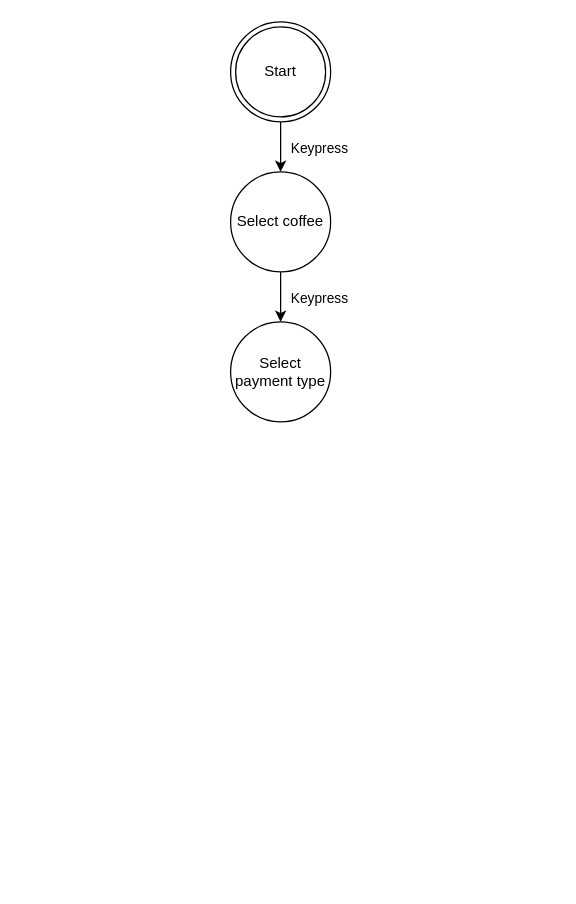
Earlier version of the draw.io diagram page "Payment FSM" (2 of 3) of taskdiagram.drawio (Megalegomand/RB4-EMP-Final-Assigment). Source tidied: cells renumbered, new cells numbered last; positions are measured from the earlier drawing's top-left corner, leaving out a move shared by most shapes. Both pictures are drawn from the tidied source at 125%, with x=0, y=0 at pixel (230, 21).
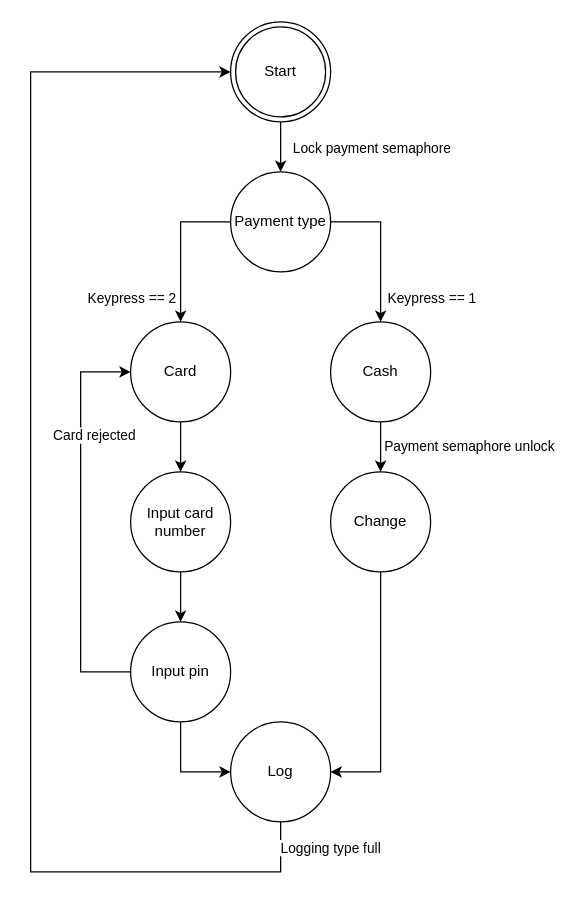
The same diagram, later.

Unchanged cells that the change refers to:
```xml
<mxCell id="4" value="Start" style="ellipse;shape=doubleEllipse;whiteSpace=wrap;html=1;align=center;" parent="1" vertex="1">
  <mxGeometry width="80" height="80" as="geometry" />
</mxCell>
```

Change to the diagram source:
```diff
@@
-    <mxCell id="2" style="edgeStyle=orthogonalEdgeStyle;rounded=0;jettySize=auto;html=1;entryX=0.5;entryY=0;entryDx=0;entryDy=0;startArrow=none;startFill=0;" parent="1" edge="1" source="4" target="7">
-      <mxGeometry relative="1" as="geometry" />
-    </mxCell>
-    <mxCell id="3" value="Keypress" style="edgeLabel;html=1;align=center;verticalAlign=middle;" parent="2" vertex="1">
-      <mxGeometry x="-0.75" relative="1" as="geometry">
-        <mxPoint x="30" y="15" as="offset" />
-      </mxGeometry>
-    </mxCell>
+    <mxCell id="9" style="edgeStyle=orthogonalEdgeStyle;rounded=0;jettySize=auto;html=1;startArrow=none;startFill=0;entryX=0.5;entryY=0;entryDx=0;entryDy=0;" parent="1" edge="1" source="4" target="13">
+      <mxGeometry relative="1" as="geometry" />
+    </mxCell>
@@
-    <mxCell id="5" style="edgeStyle=orthogonalEdgeStyle;rounded=0;jettySize=auto;html=1;startArrow=none;startFill=0;" parent="1" edge="1" source="7" target="8">
-      <mxGeometry relative="1" as="geometry" />
-    </mxCell>
-    <mxCell id="6" value="Keypress" style="edgeLabel;html=1;align=center;verticalAlign=middle;" parent="5" vertex="1">
-      <mxGeometry x="-0.75" y="-1" relative="1" as="geometry">
-        <mxPoint x="31" y="15" as="offset" />
-      </mxGeometry>
-    </mxCell>
-    <mxCell id="7" value="Select coffee" style="ellipse;whiteSpace=wrap;html=1;align=center;" parent="1" vertex="1">
-      <mxGeometry y="120" width="80" height="80" as="geometry" />
-    </mxCell>
-    <mxCell id="8" value="Select payment type" style="ellipse;whiteSpace=wrap;html=1;align=center;" parent="1" vertex="1">
-      <mxGeometry y="240" width="80" height="80" as="geometry" />
-    </mxCell>
+    <mxCell id="10" style="edgeStyle=orthogonalEdgeStyle;rounded=0;jettySize=auto;html=1;startArrow=none;startFill=0;" parent="1" edge="1" source="13" target="16">
+      <mxGeometry relative="1" as="geometry">
+        <Array as="points">
+          <mxPoint x="120" y="160" />
+        </Array>
+      </mxGeometry>
+    </mxCell>
+    <mxCell id="11" value="Keypress == 1" style="edgeLabel;html=1;align=center;verticalAlign=middle;" parent="10" vertex="1">
+      <mxGeometry x="0.57" y="1" relative="1" as="geometry">
+        <mxPoint x="39" y="6" as="offset" />
+      </mxGeometry>
+    </mxCell>
+    <mxCell id="12" style="edgeStyle=orthogonalEdgeStyle;rounded=0;jettySize=auto;html=1;entryX=0.5;entryY=0;entryDx=0;entryDy=0;startArrow=none;startFill=0;" parent="1" edge="1" source="13" target="18">
+      <mxGeometry relative="1" as="geometry">
+        <Array as="points">
+          <mxPoint x="-40" y="160" />
+        </Array>
+      </mxGeometry>
+    </mxCell>
+    <mxCell id="13" value="Payment type" style="ellipse;whiteSpace=wrap;html=1;align=center;" parent="1" vertex="1">
+      <mxGeometry y="120" width="80" height="80" as="geometry" />
+    </mxCell>
+    <mxCell id="14" style="edgeStyle=orthogonalEdgeStyle;rounded=0;jettySize=auto;html=1;startArrow=none;startFill=0;" parent="1" edge="1" source="16">
+      <mxGeometry relative="1" as="geometry">
+        <mxPoint x="120" y="360" as="targetPoint" />
+      </mxGeometry>
+    </mxCell>
+    <mxCell id="15" value="Payment semaphore unlock" style="edgeLabel;html=1;align=center;verticalAlign=middle;" parent="14" vertex="1">
+      <mxGeometry x="0.18" y="1" relative="1" as="geometry">
+        <mxPoint x="69" y="-4" as="offset" />
+      </mxGeometry>
+    </mxCell>
+    <mxCell id="16" value="Cash" style="ellipse;whiteSpace=wrap;html=1;align=center;" parent="1" vertex="1">
+      <mxGeometry x="80" y="240" width="80" height="80" as="geometry" />
+    </mxCell>
+    <mxCell id="17" style="edgeStyle=orthogonalEdgeStyle;curved=1;rounded=0;jettySize=auto;html=1;entryX=0.5;entryY=0;entryDx=0;entryDy=0;startArrow=none;startFill=0;" parent="1" edge="1" source="18" target="23">
+      <mxGeometry relative="1" as="geometry" />
+    </mxCell>
+    <mxCell id="18" value="Card" style="ellipse;whiteSpace=wrap;html=1;align=center;" parent="1" vertex="1">
+      <mxGeometry x="-80" y="240" width="80" height="80" as="geometry" />
+    </mxCell>
+    <mxCell id="19" value="Keypress == 2" style="edgeLabel;html=1;align=center;verticalAlign=middle;" parent="1" vertex="1">
+      <mxGeometry x="-80" y="220" as="geometry" />
+    </mxCell>
+    <mxCell id="20" style="edgeStyle=orthogonalEdgeStyle;rounded=0;jettySize=auto;html=1;entryX=1;entryY=0.5;entryDx=0;entryDy=0;startArrow=none;startFill=0;" parent="1" edge="1" source="21" target="31">
+      <mxGeometry relative="1" as="geometry" />
+    </mxCell>
+    <mxCell id="21" value="Change" style="ellipse;whiteSpace=wrap;html=1;align=center;" parent="1" vertex="1">
+      <mxGeometry x="80" y="360" width="80" height="80" as="geometry" />
+    </mxCell>
+    <mxCell id="22" style="edgeStyle=orthogonalEdgeStyle;curved=1;rounded=0;jettySize=auto;html=1;startArrow=none;startFill=0;" parent="1" edge="1" source="23" target="27">
+      <mxGeometry relative="1" as="geometry" />
+    </mxCell>
+    <mxCell id="23" value="Input card number" style="ellipse;whiteSpace=wrap;html=1;align=center;" parent="1" vertex="1">
+      <mxGeometry x="-80" y="360" width="80" height="80" as="geometry" />
+    </mxCell>
+    <mxCell id="24" style="rounded=0;jettySize=auto;html=1;entryX=0;entryY=0.5;entryDx=0;entryDy=0;startArrow=none;startFill=0;edgeStyle=orthogonalEdgeStyle;" parent="1" edge="1" source="27" target="18">
+      <mxGeometry relative="1" as="geometry">
+        <Array as="points">
+          <mxPoint x="-120" y="520" />
+          <mxPoint x="-120" y="280" />
+        </Array>
+      </mxGeometry>
+    </mxCell>
+    <mxCell id="25" value="Card rejected" style="edgeLabel;html=1;align=center;verticalAlign=middle;" parent="24" vertex="1">
+      <mxGeometry x="0.25" y="2" relative="1" as="geometry">
+        <mxPoint x="12" y="-30" as="offset" />
+      </mxGeometry>
+    </mxCell>
+    <mxCell id="26" style="edgeStyle=orthogonalEdgeStyle;rounded=0;jettySize=auto;html=1;entryX=0;entryY=0.5;entryDx=0;entryDy=0;startArrow=none;startFill=0;" parent="1" edge="1" source="27" target="31">
+      <mxGeometry relative="1" as="geometry" />
+    </mxCell>
+    <mxCell id="27" value="Input pin" style="ellipse;whiteSpace=wrap;html=1;align=center;" parent="1" vertex="1">
+      <mxGeometry x="-80" y="480" width="80" height="80" as="geometry" />
+    </mxCell>
+    <mxCell id="28" value="Lock payment semaphore" style="edgeLabel;html=1;align=center;verticalAlign=middle;" parent="1" vertex="1">
+      <mxGeometry x="120" y="100" as="geometry">
+        <mxPoint x="-8" as="offset" />
+      </mxGeometry>
+    </mxCell>
+    <mxCell id="29" style="edgeStyle=orthogonalEdgeStyle;rounded=0;jettySize=auto;html=1;entryX=0;entryY=0.5;entryDx=0;entryDy=0;startArrow=none;startFill=0;" parent="1" edge="1" source="31" target="4">
+      <mxGeometry relative="1" as="geometry">
+        <Array as="points">
+          <mxPoint x="40" y="680" />
+          <mxPoint x="-160" y="680" />
+          <mxPoint x="-160" y="40" />
+        </Array>
+      </mxGeometry>
+    </mxCell>
+    <mxCell id="30" value="Logging type full" style="edgeLabel;html=1;align=center;verticalAlign=middle;" parent="29" vertex="1">
+      <mxGeometry x="-0.9" y="-3" relative="1" as="geometry">
+        <mxPoint x="51" y="-17" as="offset" />
+      </mxGeometry>
+    </mxCell>
+    <mxCell id="31" value="Log" style="ellipse;whiteSpace=wrap;html=1;align=center;" parent="1" vertex="1">
+      <mxGeometry y="560" width="80" height="80" as="geometry" />
+    </mxCell>
```
